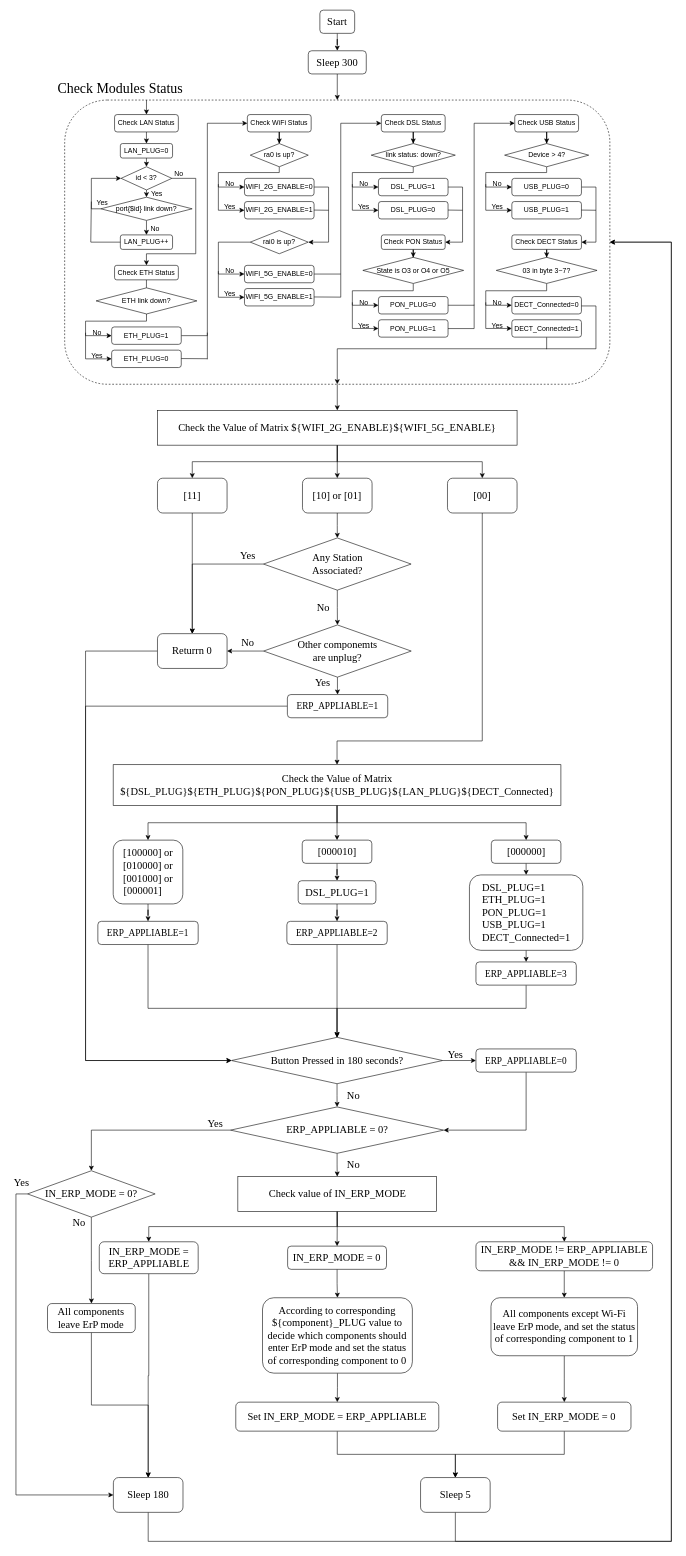
This is ErP_Monitor_script.drawio from asd72570711/draw.io, a draw.io file, before an edit. Source tidied: cells renumbered, new cells numbered last; positions are measured from the earlier drawing's top-left corner, leaving out a move shared by most shapes. Both pictures are drawn from the tidied source at 58%, with x=0, y=0 at pixel (10, 10).
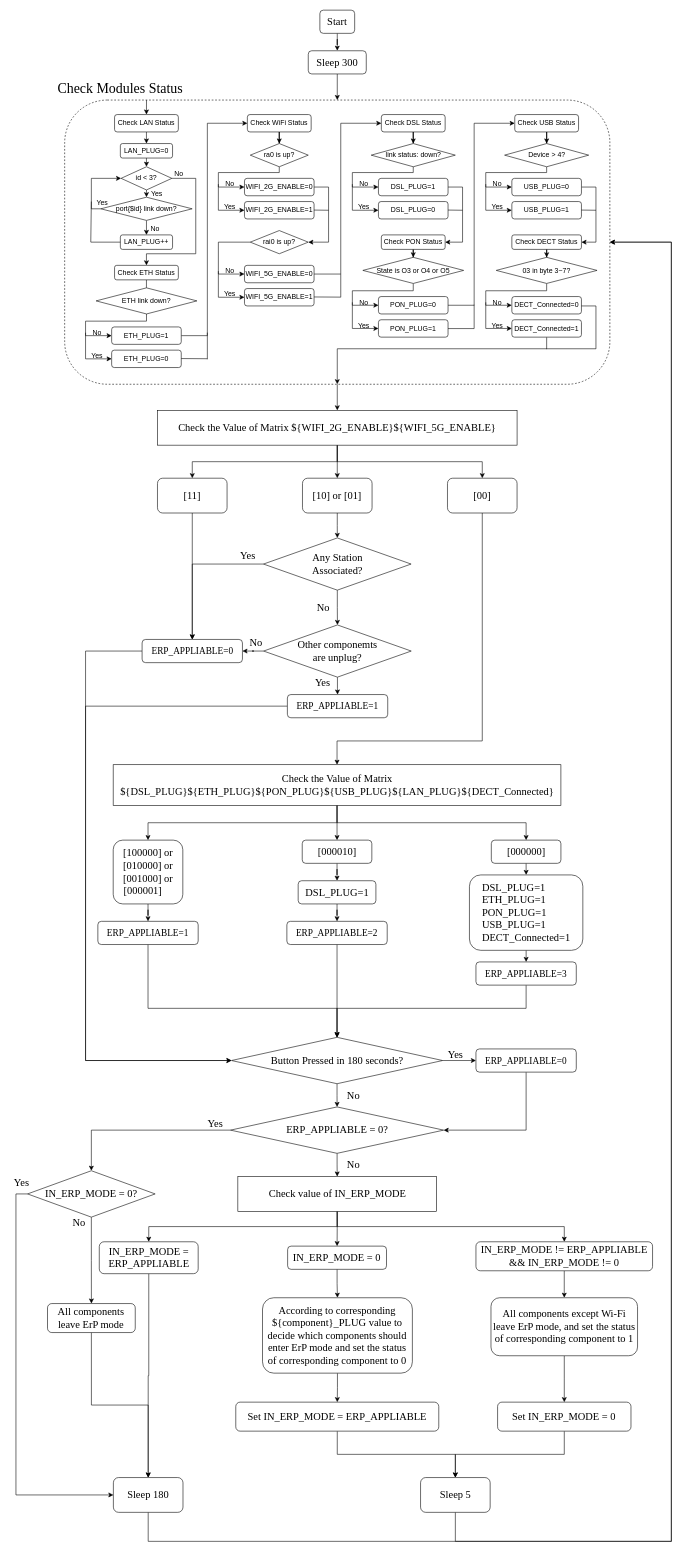
After the change.

The change refers to these unchanged cells:
```xml
<mxCell id="114" value="&lt;font face=&quot;Times New Roman&quot; style=&quot;font-size: 18px;&quot;&gt;[11]&lt;/font&gt;" style="rounded=1;whiteSpace=wrap;html=1;" parent="1" vertex="1">
  <mxGeometry x="254" y="807" width="120" height="60" as="geometry" />
</mxCell>
<mxCell id="123" value="&lt;font face=&quot;Times New Roman&quot; style=&quot;font-size: 18px;&quot;&gt;Other componemts&lt;br&gt;are unplug?&lt;/font&gt;" style="rhombus;whiteSpace=wrap;html=1;" parent="1" vertex="1">
  <mxGeometry x="437" y="1060" width="254.5" height="90" as="geometry" />
</mxCell>
<mxCell id="150" value="&lt;font style=&quot;font-size: 18px;&quot; face=&quot;Times New Roman&quot;&gt;Button Pressed in 180 seconds?&lt;/font&gt;" style="rhombus;whiteSpace=wrap;html=1;" parent="1" vertex="1">
  <mxGeometry x="381.6" y="1771" width="364" height="80" as="geometry" />
</mxCell>
<mxCell id="170" value="&lt;font face=&quot;Times New Roman&quot; style=&quot;font-size: 18px;&quot;&gt;Any Station&lt;br&gt;Associated?&lt;/font&gt;" style="rhombus;whiteSpace=wrap;html=1;" parent="1" vertex="1">
  <mxGeometry x="436.8" y="910" width="254.5" height="90" as="geometry" />
</mxCell>
```

The edit, as a diff of the source:
```diff
@@
-    <mxCell id="113" style="edgeStyle=orthogonalEdgeStyle;rounded=0;jettySize=auto;html=1;exitX=0.5;exitY=1;exitDx=0;exitDy=0;entryX=0.5;entryY=0;entryDx=0;entryDy=0;" parent="1" edge="1" source="114" target="120">
-      <mxGeometry relative="1" as="geometry" />
-    </mxCell>
+    <mxCell id="199" style="edgeStyle=orthogonalEdgeStyle;rounded=0;jettySize=auto;html=1;exitX=0.5;exitY=1;exitDx=0;exitDy=0;entryX=0.5;entryY=0;entryDx=0;entryDy=0;" parent="1" edge="1" source="114" target="202">
+      <mxGeometry relative="1" as="geometry" />
+    </mxCell>
@@
-    <mxCell id="119" style="edgeStyle=orthogonalEdgeStyle;rounded=0;jettySize=auto;html=1;exitX=0;exitY=0.5;exitDx=0;exitDy=0;entryX=0;entryY=0.5;entryDx=0;entryDy=0;" parent="1" edge="1" source="120" target="150">
+    <mxCell id="119" style="edgeStyle=orthogonalEdgeStyle;rounded=0;jettySize=auto;html=1;exitX=0;exitY=0.5;exitDx=0;exitDy=0;entryX=0;entryY=0.5;entryDx=0;entryDy=0;" parent="1" edge="1" source="202" target="150">
       <mxGeometry relative="1" as="geometry">
         <Array as="points">
           <mxPoint x="130" y="1105" />
           <mxPoint x="130" y="1811" />
         </Array>
       </mxGeometry>
     </mxCell>
-    <mxCell id="120" value="&lt;font face=&quot;Times New Roman&quot; style=&quot;font-size: 18px;&quot;&gt;Returrn 0&lt;/font&gt;" style="rounded=1;whiteSpace=wrap;html=1;" parent="1" vertex="1">
-      <mxGeometry x="254" y="1075" width="120" height="60" as="geometry" />
-    </mxCell>
-    <mxCell id="121" style="edgeStyle=orthogonalEdgeStyle;rounded=0;jettySize=auto;html=1;" parent="1" edge="1" source="123" target="120">
-      <mxGeometry relative="1" as="geometry" />
-    </mxCell>
@@
+    <mxCell id="200" style="edgeStyle=orthogonalEdgeStyle;rounded=0;jettySize=auto;html=1;" parent="1" edge="1" source="123" target="202">
+      <mxGeometry relative="1" as="geometry" />
+    </mxCell>
@@
     <mxCell id="124" value="&lt;font face=&quot;Times New Roman&quot; style=&quot;font-size: 18px;&quot;&gt;No&lt;/font&gt;" style="text;html=1;strokeColor=none;fillColor=none;align=center;verticalAlign=middle;whiteSpace=wrap;rounded=0;" parent="1" vertex="1">
-      <mxGeometry x="390" y="1080" width="40" height="20" as="geometry" />
+      <mxGeometry x="404" y="1080" width="40" height="20" as="geometry" />
     </mxCell>
@@
-    <mxCell id="168" style="edgeStyle=orthogonalEdgeStyle;rounded=0;jettySize=auto;html=1;exitX=0;exitY=0.5;exitDx=0;exitDy=0;entryX=0.5;entryY=0;entryDx=0;entryDy=0;" parent="1" edge="1" source="170" target="120">
-      <mxGeometry relative="1" as="geometry" />
-    </mxCell>
@@
+    <mxCell id="201" style="edgeStyle=orthogonalEdgeStyle;rounded=0;jettySize=auto;html=1;exitX=0;exitY=0.5;exitDx=0;exitDy=0;entryX=0.5;entryY=0;entryDx=0;entryDy=0;" parent="1" edge="1" source="170" target="202">
+      <mxGeometry relative="1" as="geometry" />
+    </mxCell>
@@
+    <mxCell id="202" value="&lt;font size=&quot;3&quot; face=&quot;Times New Roman&quot;&gt;ERP_APPLIABLE=0&lt;/font&gt;" style="rounded=1;whiteSpace=wrap;html=1;" parent="1" vertex="1">
+      <mxGeometry x="227.5" y="1085" width="173" height="40" as="geometry" />
+    </mxCell>
```
